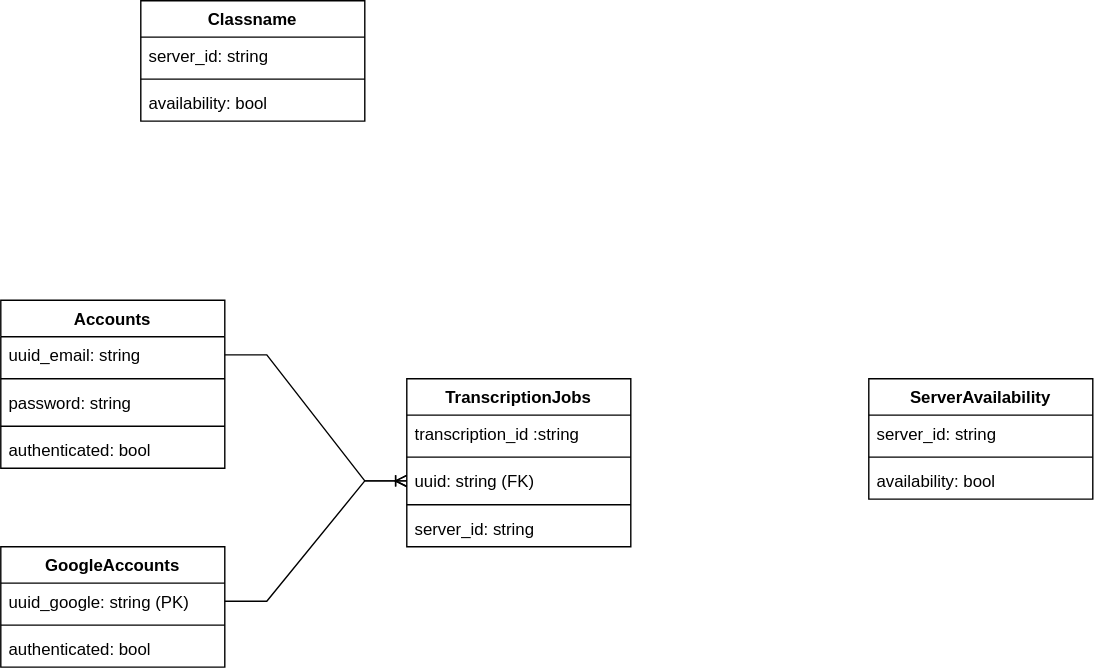
This is Pytacte-ui/pytacte/src/images/Database_Schema.drawio.svg from CSharpTeoMan911/Pytacte, a draw.io export, as it was before one commit. Source tidied: cells renumbered, new cells last; positions are measured from the earlier drawing's top-left corner, leaving out a move shared by most shapes. Its diagram source:
```xml
<mxGraphModel>
  <root>
    <mxCell id="0" />
    <mxCell id="1" parent="0" />
    <mxCell id="2" value="Accounts" style="swimlane;fontStyle=1;align=center;verticalAlign=top;horizontal=1;startSize=26;whiteSpace=wrap;html=1;" parent="1" vertex="1">
      <mxGeometry y="214" width="160" height="120" as="geometry" />
    </mxCell>
    <mxCell id="3" value="uuid_email: string" style="text;strokeColor=none;fillColor=none;align=left;verticalAlign=top;spacingLeft=4;spacingRight=4;overflow=hidden;points=[[0,0.5],[1,0.5]];portConstraint=eastwest;whiteSpace=wrap;html=1;" parent="2" vertex="1">
      <mxGeometry y="26" width="160" height="26" as="geometry" />
    </mxCell>
    <mxCell id="4" style="line;strokeWidth=1;fillColor=none;align=left;verticalAlign=middle;spacingTop=-1;spacingLeft=3;spacingRight=3;labelPosition=right;strokeColor=inherit;labelPerimeter=1;" parent="2" vertex="1">
      <mxGeometry y="52" width="160" height="8" as="geometry" />
    </mxCell>
    <mxCell id="5" value="password: string" style="text;strokeColor=none;fillColor=none;align=left;verticalAlign=top;spacingLeft=4;spacingRight=4;overflow=hidden;whiteSpace=wrap;html=1;" parent="2" vertex="1">
      <mxGeometry y="60" width="160" height="26" as="geometry" />
    </mxCell>
    <mxCell id="6" style="line;strokeWidth=1;fillColor=none;align=left;verticalAlign=middle;spacingTop=-1;spacingLeft=3;spacingRight=3;labelPosition=right;strokeColor=inherit;labelPerimeter=1;" parent="2" vertex="1">
      <mxGeometry y="86" width="160" height="8" as="geometry" />
    </mxCell>
    <mxCell id="7" value="authenticated: bool" style="text;strokeColor=none;fillColor=none;align=left;verticalAlign=top;spacingLeft=4;spacingRight=4;overflow=hidden;whiteSpace=wrap;html=1;" parent="2" vertex="1">
      <mxGeometry y="94" width="160" height="26" as="geometry" />
    </mxCell>
    <mxCell id="8" value="GoogleAccounts" style="swimlane;fontStyle=1;align=center;verticalAlign=top;horizontal=1;startSize=26;whiteSpace=wrap;html=1;" parent="1" vertex="1">
      <mxGeometry y="390" width="160" height="86" as="geometry" />
    </mxCell>
    <mxCell id="9" value="uuid_google: string (PK)" style="text;strokeColor=none;fillColor=none;align=left;verticalAlign=top;spacingLeft=4;spacingRight=4;overflow=hidden;points=[[0,0.5],[1,0.5]];portConstraint=eastwest;whiteSpace=wrap;html=1;" parent="8" vertex="1">
      <mxGeometry y="26" width="160" height="26" as="geometry" />
    </mxCell>
    <mxCell id="10" style="line;strokeWidth=1;fillColor=none;align=left;verticalAlign=middle;spacingTop=-1;spacingLeft=3;spacingRight=3;labelPosition=right;strokeColor=inherit;labelPerimeter=1;" parent="8" vertex="1">
      <mxGeometry y="52" width="160" height="8" as="geometry" />
    </mxCell>
    <mxCell id="11" value="authenticated: bool" style="text;strokeColor=none;fillColor=none;align=left;verticalAlign=top;spacingLeft=4;spacingRight=4;overflow=hidden;whiteSpace=wrap;html=1;" parent="8" vertex="1">
      <mxGeometry y="60" width="160" height="26" as="geometry" />
    </mxCell>
    <mxCell id="12" value="TranscriptionJobs&lt;div&gt;&lt;br&gt;&lt;/div&gt;" style="swimlane;fontStyle=1;align=center;verticalAlign=top;horizontal=1;startSize=26;whiteSpace=wrap;html=1;" parent="1" vertex="1">
      <mxGeometry x="290" y="270" width="160" height="120" as="geometry" />
    </mxCell>
    <mxCell id="13" value="transcription_id :string" style="text;strokeColor=none;fillColor=none;align=left;verticalAlign=top;spacingLeft=4;spacingRight=4;overflow=hidden;whiteSpace=wrap;html=1;" parent="12" vertex="1">
      <mxGeometry y="26" width="160" height="26" as="geometry" />
    </mxCell>
    <mxCell id="14" style="line;strokeWidth=1;fillColor=none;align=left;verticalAlign=middle;spacingTop=-1;spacingLeft=3;spacingRight=3;labelPosition=right;strokeColor=inherit;labelPerimeter=1;" parent="12" vertex="1">
      <mxGeometry y="52" width="160" height="8" as="geometry" />
    </mxCell>
    <mxCell id="15" value="uuid: string (FK)" style="text;strokeColor=none;fillColor=none;align=left;verticalAlign=top;spacingLeft=4;spacingRight=4;overflow=hidden;points=[[0,0.5],[1,0.5]];portConstraint=eastwest;whiteSpace=wrap;html=1;" parent="12" vertex="1">
      <mxGeometry y="60" width="160" height="26" as="geometry" />
    </mxCell>
    <mxCell id="16" style="line;strokeWidth=1;fillColor=none;align=left;verticalAlign=middle;spacingTop=-1;spacingLeft=3;spacingRight=3;labelPosition=right;strokeColor=inherit;labelPerimeter=1;" parent="12" vertex="1">
      <mxGeometry y="86" width="160" height="8" as="geometry" />
    </mxCell>
    <mxCell id="17" value="server_id: string" style="text;strokeColor=none;fillColor=none;align=left;verticalAlign=top;spacingLeft=4;spacingRight=4;overflow=hidden;points=[[0,0.5],[1,0.5]];portConstraint=eastwest;whiteSpace=wrap;html=1;" parent="12" vertex="1">
      <mxGeometry y="94" width="160" height="26" as="geometry" />
    </mxCell>
    <mxCell id="18" value="ServerAvailability" style="swimlane;fontStyle=1;align=center;verticalAlign=top;horizontal=1;startSize=26;whiteSpace=wrap;html=1;" parent="1" vertex="1">
      <mxGeometry x="620" y="270" width="160" height="86" as="geometry" />
    </mxCell>
    <mxCell id="19" value="server_id: string" style="text;strokeColor=none;fillColor=none;align=left;verticalAlign=top;spacingLeft=4;spacingRight=4;overflow=hidden;points=[[0,0.5],[1,0.5]];portConstraint=eastwest;whiteSpace=wrap;html=1;" parent="18" vertex="1">
      <mxGeometry y="26" width="160" height="26" as="geometry" />
    </mxCell>
    <mxCell id="20" style="line;strokeWidth=1;fillColor=none;align=left;verticalAlign=middle;spacingTop=-1;spacingLeft=3;spacingRight=3;labelPosition=right;strokeColor=inherit;labelPerimeter=1;" parent="18" vertex="1">
      <mxGeometry y="52" width="160" height="8" as="geometry" />
    </mxCell>
    <mxCell id="21" value="availability: bool" style="text;strokeColor=none;fillColor=none;align=left;verticalAlign=top;spacingLeft=4;spacingRight=4;overflow=hidden;whiteSpace=wrap;html=1;" parent="18" vertex="1">
      <mxGeometry y="60" width="160" height="26" as="geometry" />
    </mxCell>
    <mxCell id="22" value="Classname" style="swimlane;fontStyle=1;align=center;verticalAlign=top;horizontal=1;startSize=26;whiteSpace=wrap;html=1;" parent="1" vertex="1">
      <mxGeometry x="100" width="160" height="86" as="geometry" />
    </mxCell>
    <mxCell id="23" value="server_id: string" style="text;strokeColor=none;fillColor=none;align=left;verticalAlign=top;spacingLeft=4;spacingRight=4;overflow=hidden;points=[[0,0.5],[1,0.5]];portConstraint=eastwest;whiteSpace=wrap;html=1;" parent="22" vertex="1">
      <mxGeometry y="26" width="160" height="26" as="geometry" />
    </mxCell>
    <mxCell id="24" style="line;strokeWidth=1;fillColor=none;align=left;verticalAlign=middle;spacingTop=-1;spacingLeft=3;spacingRight=3;labelPosition=right;strokeColor=inherit;labelPerimeter=1;" parent="22" vertex="1">
      <mxGeometry y="52" width="160" height="8" as="geometry" />
    </mxCell>
    <mxCell id="25" value="availability: bool" style="text;strokeColor=none;fillColor=none;align=left;verticalAlign=top;spacingLeft=4;spacingRight=4;overflow=hidden;whiteSpace=wrap;html=1;" parent="22" vertex="1">
      <mxGeometry y="60" width="160" height="26" as="geometry" />
    </mxCell>
    <mxCell id="26" style="edgeStyle=entityRelationEdgeStyle;fontSize=12;html=1;endArrow=ERoneToMany;rounded=0;defaultLabelBackgroundColor=page;exitX=1;exitY=0.5;exitDx=0;exitDy=0;entryX=0;entryY=0.5;entryDx=0;entryDy=0;" parent="1" edge="1" source="9" target="15">
      <mxGeometry relative="1" as="geometry" />
    </mxCell>
    <mxCell id="27" style="edgeStyle=entityRelationEdgeStyle;fontSize=12;html=1;endArrow=ERoneToMany;rounded=0;defaultLabelBackgroundColor=page;exitX=1;exitY=0.5;exitDx=0;exitDy=0;entryX=0;entryY=0.5;entryDx=0;entryDy=0;" parent="1" edge="1" source="3" target="15">
      <mxGeometry relative="1" as="geometry" />
    </mxCell>
  </root>
</mxGraphModel>
```
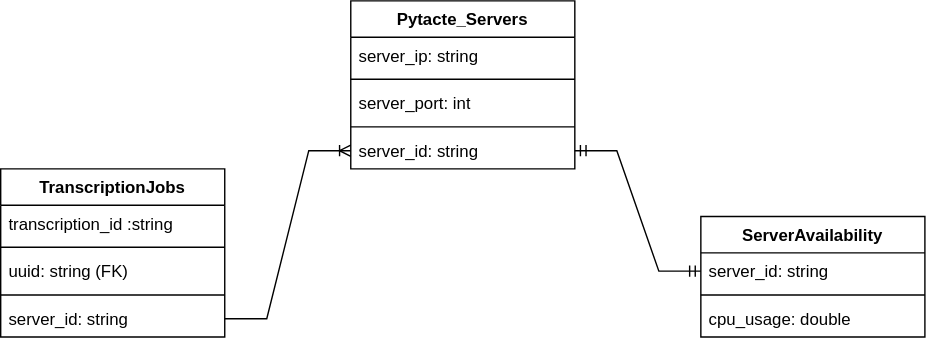
After the change.

Commit message:
* Added updated database diagrams

What changed in the source:
```diff
@@ -1,39 +1,9 @@
-<mxGraphModel>
+<mxGraphModel background="light-dark(#ffffff, #121212)">
   <root>
     <mxCell id="0" />
     <mxCell id="1" parent="0" />
-    <mxCell id="2" value="Accounts" style="swimlane;fontStyle=1;align=center;verticalAlign=top;horizontal=1;startSize=26;whiteSpace=wrap;html=1;" parent="1" vertex="1">
-      <mxGeometry y="214" width="160" height="120" as="geometry" />
-    </mxCell>
-    <mxCell id="3" value="uuid_email: string" style="text;strokeColor=none;fillColor=none;align=left;verticalAlign=top;spacingLeft=4;spacingRight=4;overflow=hidden;points=[[0,0.5],[1,0.5]];portConstraint=eastwest;whiteSpace=wrap;html=1;" parent="2" vertex="1">
-      <mxGeometry y="26" width="160" height="26" as="geometry" />
-    </mxCell>
-    <mxCell id="4" style="line;strokeWidth=1;fillColor=none;align=left;verticalAlign=middle;spacingTop=-1;spacingLeft=3;spacingRight=3;labelPosition=right;strokeColor=inherit;labelPerimeter=1;" parent="2" vertex="1">
-      <mxGeometry y="52" width="160" height="8" as="geometry" />
-    </mxCell>
-    <mxCell id="5" value="password: string" style="text;strokeColor=none;fillColor=none;align=left;verticalAlign=top;spacingLeft=4;spacingRight=4;overflow=hidden;whiteSpace=wrap;html=1;" parent="2" vertex="1">
-      <mxGeometry y="60" width="160" height="26" as="geometry" />
-    </mxCell>
-    <mxCell id="6" style="line;strokeWidth=1;fillColor=none;align=left;verticalAlign=middle;spacingTop=-1;spacingLeft=3;spacingRight=3;labelPosition=right;strokeColor=inherit;labelPerimeter=1;" parent="2" vertex="1">
-      <mxGeometry y="86" width="160" height="8" as="geometry" />
-    </mxCell>
-    <mxCell id="7" value="authenticated: bool" style="text;strokeColor=none;fillColor=none;align=left;verticalAlign=top;spacingLeft=4;spacingRight=4;overflow=hidden;whiteSpace=wrap;html=1;" parent="2" vertex="1">
-      <mxGeometry y="94" width="160" height="26" as="geometry" />
-    </mxCell>
-    <mxCell id="8" value="GoogleAccounts" style="swimlane;fontStyle=1;align=center;verticalAlign=top;horizontal=1;startSize=26;whiteSpace=wrap;html=1;" parent="1" vertex="1">
-      <mxGeometry y="390" width="160" height="86" as="geometry" />
-    </mxCell>
-    <mxCell id="9" value="uuid_google: string (PK)" style="text;strokeColor=none;fillColor=none;align=left;verticalAlign=top;spacingLeft=4;spacingRight=4;overflow=hidden;points=[[0,0.5],[1,0.5]];portConstraint=eastwest;whiteSpace=wrap;html=1;" parent="8" vertex="1">
-      <mxGeometry y="26" width="160" height="26" as="geometry" />
-    </mxCell>
-    <mxCell id="10" style="line;strokeWidth=1;fillColor=none;align=left;verticalAlign=middle;spacingTop=-1;spacingLeft=3;spacingRight=3;labelPosition=right;strokeColor=inherit;labelPerimeter=1;" parent="8" vertex="1">
-      <mxGeometry y="52" width="160" height="8" as="geometry" />
-    </mxCell>
-    <mxCell id="11" value="authenticated: bool" style="text;strokeColor=none;fillColor=none;align=left;verticalAlign=top;spacingLeft=4;spacingRight=4;overflow=hidden;whiteSpace=wrap;html=1;" parent="8" vertex="1">
-      <mxGeometry y="60" width="160" height="26" as="geometry" />
-    </mxCell>
     <mxCell id="12" value="TranscriptionJobs&lt;div&gt;&lt;br&gt;&lt;/div&gt;" style="swimlane;fontStyle=1;align=center;verticalAlign=top;horizontal=1;startSize=26;whiteSpace=wrap;html=1;" parent="1" vertex="1">
-      <mxGeometry x="290" y="270" width="160" height="120" as="geometry" />
+      <mxGeometry x="270" y="150" width="160" height="120" as="geometry" />
     </mxCell>
     <mxCell id="13" value="transcription_id :string" style="text;strokeColor=none;fillColor=none;align=left;verticalAlign=top;spacingLeft=4;spacingRight=4;overflow=hidden;whiteSpace=wrap;html=1;" parent="12" vertex="1">
       <mxGeometry y="26" width="160" height="26" as="geometry" />
@@ -51,7 +21,7 @@
       <mxGeometry y="94" width="160" height="26" as="geometry" />
     </mxCell>
     <mxCell id="18" value="ServerAvailability" style="swimlane;fontStyle=1;align=center;verticalAlign=top;horizontal=1;startSize=26;whiteSpace=wrap;html=1;" parent="1" vertex="1">
-      <mxGeometry x="620" y="270" width="160" height="86" as="geometry" />
+      <mxGeometry x="770" y="184" width="160" height="86" as="geometry" />
     </mxCell>
     <mxCell id="19" value="server_id: string" style="text;strokeColor=none;fillColor=none;align=left;verticalAlign=top;spacingLeft=4;spacingRight=4;overflow=hidden;points=[[0,0.5],[1,0.5]];portConstraint=eastwest;whiteSpace=wrap;html=1;" parent="18" vertex="1">
       <mxGeometry y="26" width="160" height="26" as="geometry" />
@@ -59,26 +29,32 @@
     <mxCell id="20" style="line;strokeWidth=1;fillColor=none;align=left;verticalAlign=middle;spacingTop=-1;spacingLeft=3;spacingRight=3;labelPosition=right;strokeColor=inherit;labelPerimeter=1;" parent="18" vertex="1">
       <mxGeometry y="52" width="160" height="8" as="geometry" />
     </mxCell>
-    <mxCell id="21" value="availability: bool" style="text;strokeColor=none;fillColor=none;align=left;verticalAlign=top;spacingLeft=4;spacingRight=4;overflow=hidden;whiteSpace=wrap;html=1;" parent="18" vertex="1">
+    <mxCell id="21" value="cpu_usage: double" style="text;strokeColor=none;fillColor=none;align=left;verticalAlign=top;spacingLeft=4;spacingRight=4;overflow=hidden;whiteSpace=wrap;html=1;" parent="18" vertex="1">
       <mxGeometry y="60" width="160" height="26" as="geometry" />
     </mxCell>
-    <mxCell id="22" value="Classname" style="swimlane;fontStyle=1;align=center;verticalAlign=top;horizontal=1;startSize=26;whiteSpace=wrap;html=1;" parent="1" vertex="1">
-      <mxGeometry x="100" width="160" height="86" as="geometry" />
+    <mxCell id="22" value="Pytacte_Servers" style="swimlane;fontStyle=1;align=center;verticalAlign=top;horizontal=1;startSize=26;whiteSpace=wrap;html=1;" parent="1" vertex="1">
+      <mxGeometry x="520" y="30" width="160" height="120" as="geometry" />
     </mxCell>
+    <mxCell id="25" value="server_ip: string" style="text;strokeColor=none;fillColor=none;align=left;verticalAlign=top;spacingLeft=4;spacingRight=4;overflow=hidden;whiteSpace=wrap;html=1;" parent="22" vertex="1">
+      <mxGeometry y="26" width="160" height="26" as="geometry" />
+    </mxCell>
+    <mxCell id="28" style="line;strokeWidth=1;fillColor=none;align=left;verticalAlign=middle;spacingTop=-1;spacingLeft=3;spacingRight=3;labelPosition=right;strokeColor=inherit;labelPerimeter=1;" parent="22" vertex="1">
+      <mxGeometry y="52" width="160" height="8" as="geometry" />
+    </mxCell>
+    <mxCell id="29" value="server_port: int" style="text;strokeColor=none;fillColor=none;align=left;verticalAlign=top;spacingLeft=4;spacingRight=4;overflow=hidden;whiteSpace=wrap;html=1;" parent="22" vertex="1">
+      <mxGeometry y="60" width="160" height="26" as="geometry" />
+    </mxCell>
+    <mxCell id="24" style="line;strokeWidth=1;fillColor=none;align=left;verticalAlign=middle;spacingTop=-1;spacingLeft=3;spacingRight=3;labelPosition=right;strokeColor=inherit;labelPerimeter=1;" parent="22" vertex="1">
+      <mxGeometry y="86" width="160" height="8" as="geometry" />
+    </mxCell>
     <mxCell id="23" value="server_id: string" style="text;strokeColor=none;fillColor=none;align=left;verticalAlign=top;spacingLeft=4;spacingRight=4;overflow=hidden;points=[[0,0.5],[1,0.5]];portConstraint=eastwest;whiteSpace=wrap;html=1;" parent="22" vertex="1">
-      <mxGeometry y="26" width="160" height="26" as="geometry" />
+      <mxGeometry y="94" width="160" height="26" as="geometry" />
     </mxCell>
-    <mxCell id="24" style="line;strokeWidth=1;fillColor=none;align=left;verticalAlign=middle;spacingTop=-1;spacingLeft=3;spacingRight=3;labelPosition=right;strokeColor=inherit;labelPerimeter=1;" parent="22" vertex="1">
-      <mxGeometry y="52" width="160" height="8" as="geometry" />
-    </mxCell>
-    <mxCell id="25" value="availability: bool" style="text;strokeColor=none;fillColor=none;align=left;verticalAlign=top;spacingLeft=4;spacingRight=4;overflow=hidden;whiteSpace=wrap;html=1;" parent="22" vertex="1">
-      <mxGeometry y="60" width="160" height="26" as="geometry" />
-    </mxCell>
-    <mxCell id="26" style="edgeStyle=entityRelationEdgeStyle;fontSize=12;html=1;endArrow=ERoneToMany;rounded=0;defaultLabelBackgroundColor=page;exitX=1;exitY=0.5;exitDx=0;exitDy=0;entryX=0;entryY=0.5;entryDx=0;entryDy=0;" parent="1" edge="1" source="9" target="15">
-      <mxGeometry relative="1" as="geometry" />
-    </mxCell>
-    <mxCell id="27" style="edgeStyle=entityRelationEdgeStyle;fontSize=12;html=1;endArrow=ERoneToMany;rounded=0;defaultLabelBackgroundColor=page;exitX=1;exitY=0.5;exitDx=0;exitDy=0;entryX=0;entryY=0.5;entryDx=0;entryDy=0;" parent="1" edge="1" source="3" target="15">
-      <mxGeometry relative="1" as="geometry" />
-    </mxCell>
+    <mxCell id="30" style="edgeStyle=entityRelationEdgeStyle;fontSize=12;html=1;endArrow=ERmandOne;startArrow=ERmandOne;rounded=0;defaultLabelBackgroundColor=page;exitX=1;exitY=0.5;exitDx=0;exitDy=0;entryX=0;entryY=0.5;entryDx=0;entryDy=0;" parent="1" edge="1" source="23" target="19">
+      <mxGeometry relative="1" as="geometry" />
+    </mxCell>
+    <mxCell id="31" style="edgeStyle=entityRelationEdgeStyle;fontSize=12;html=1;endArrow=ERoneToMany;rounded=0;defaultLabelBackgroundColor=page;exitX=1;exitY=0.5;exitDx=0;exitDy=0;" parent="1" edge="1" source="17" target="23">
+      <mxGeometry relative="1" as="geometry" />
+    </mxCell>
   </root>
 </mxGraphModel>
```
